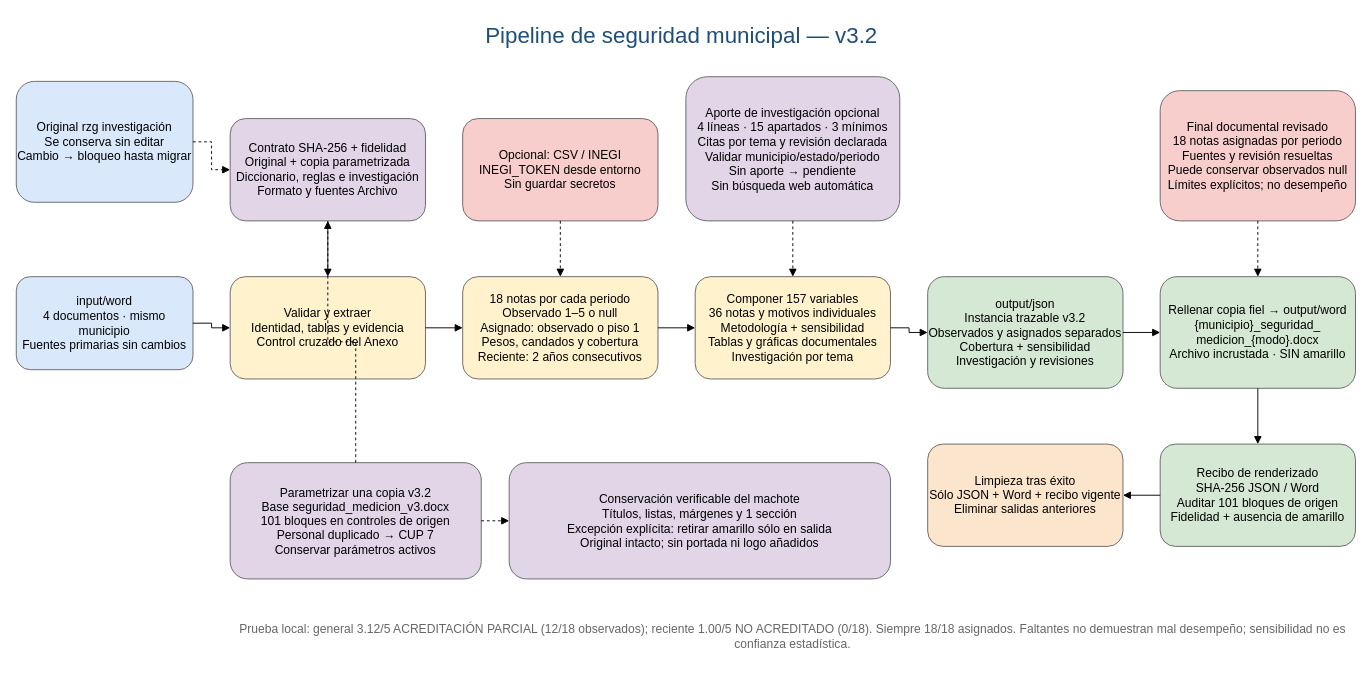
Earlier version of the draw.io diagram flujo_pipeline.drawio (lehcimhdz/pipeline-seguridad-municipios). Source tidied: cells renumbered, new cells numbered last; positions are measured from the earlier drawing's top-left corner, leaving out a move shared by most shapes. Both pictures are drawn from the tidied source at 93%, with x=0, y=0 at pixel (16, 16).
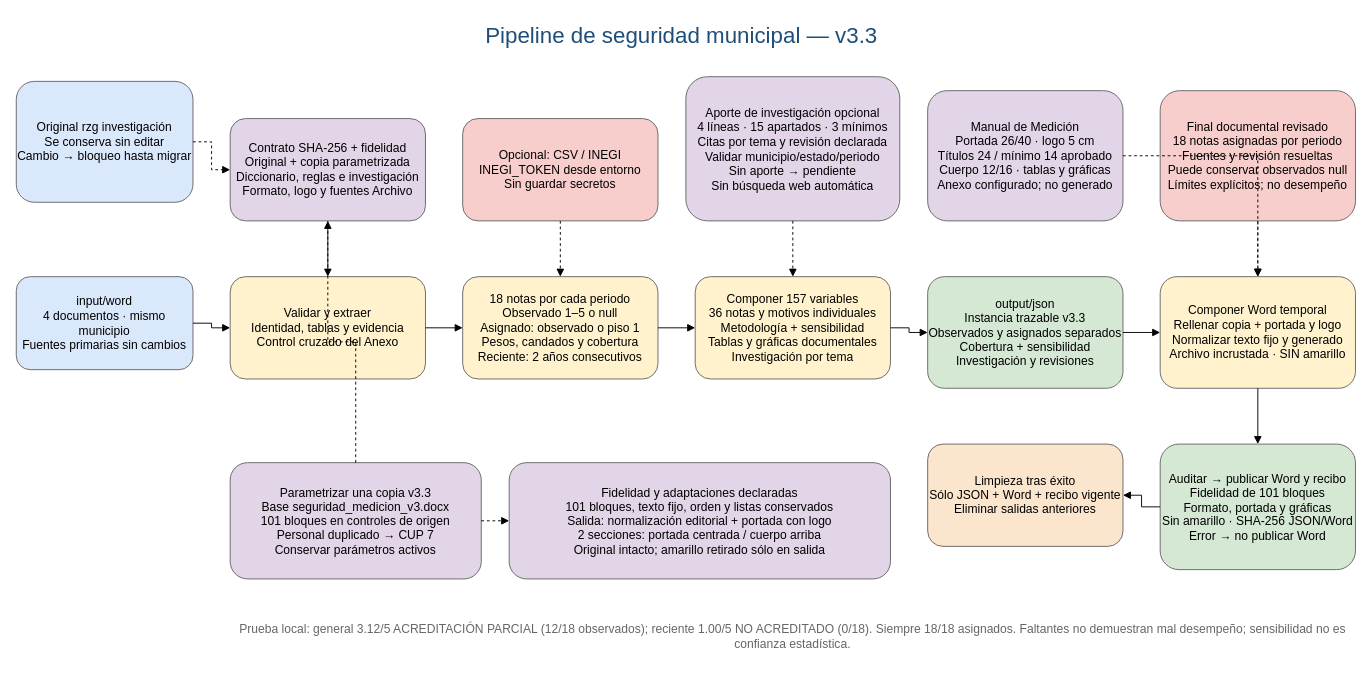
Above is the later version.

What changed in the source:
```diff
@@
-    <mxCell id="2" value="Pipeline de seguridad municipal — v3.2" style="text;html=1;fontSize=24;align=center;fontColor=#1f4e78;" parent="1" vertex="1">
+    <mxCell id="2" value="Pipeline de seguridad municipal — v3.3" style="text;html=1;fontSize=24;align=center;fontColor=#1f4e78;" parent="1" vertex="1">
       <mxGeometry x="390" width="650" height="40" as="geometry" />
     </mxCell>
@@
-    <mxCell id="4" value="Contrato SHA-256 + fidelidad&#10;Original + copia parametrizada&#10;Diccionario, reglas e investigación&#10;Formato y fuentes Archivo" style="rounded=1;whiteSpace=wrap;html=1;fillColor=#e1d5e7;strokeColor=#666666;fontSize=13;" parent="1" vertex="1">
+    <mxCell id="4" value="Contrato SHA-256 + fidelidad&#10;Original + copia parametrizada&#10;Diccionario, reglas e investigación&#10;Formato, logo y fuentes Archivo" style="rounded=1;whiteSpace=wrap;html=1;fillColor=#e1d5e7;strokeColor=#666666;fontSize=13;" parent="1" vertex="1">
       <mxGeometry x="230" y="110" width="210" height="110" as="geometry" />
     </mxCell>
@@
-    <mxCell id="10" value="output/json&#10;Instancia trazable v3.2&#10;Observados y asignados separados&#10;Cobertura + sensibilidad&#10;Investigación y revisiones" style="rounded=1;whiteSpace=wrap;html=1;fillColor=#d5e8d4;strokeColor=#666666;fontSize=13;" parent="1" vertex="1">
+    <mxCell id="10" value="output/json&#10;Instancia trazable v3.3&#10;Observados y asignados separados&#10;Cobertura + sensibilidad&#10;Investigación y revisiones" style="rounded=1;whiteSpace=wrap;html=1;fillColor=#d5e8d4;strokeColor=#666666;fontSize=13;" parent="1" vertex="1">
       <mxGeometry x="980" y="280" width="210" height="120" as="geometry" />
     </mxCell>
-    <mxCell id="11" value="Rellenar copia fiel → output/word&#10;{municipio}_seguridad_&#10;medicion_{modo}.docx&#10;Archivo incrustada · SIN amarillo" style="rounded=1;whiteSpace=wrap;html=1;fillColor=#d5e8d4;strokeColor=#666666;fontSize=13;" parent="1" vertex="1">
+    <mxCell id="11" value="Componer Word temporal&#10;Rellenar copia + portada y logo&#10;Normalizar texto fijo y generado&#10;Archivo incrustada · SIN amarillo" style="rounded=1;whiteSpace=wrap;html=1;fillColor=#fff2cc;strokeColor=#666666;fontSize=13;" parent="1" vertex="1">
       <mxGeometry x="1230" y="280" width="210" height="120" as="geometry" />
     </mxCell>
+    <mxCell id="33" value="Manual de Medición&#10;Portada 26/40 · logo 5 cm&#10;Títulos 24 / mínimo 14 aprobado&#10;Cuerpo 12/16 · tablas y gráficas&#10;Anexo configurado; no generado" style="rounded=1;whiteSpace=wrap;html=1;fillColor=#e1d5e7;strokeColor=#666666;fontSize=13;" parent="1" vertex="1">
+      <mxGeometry x="980" y="80" width="210" height="140" as="geometry" />
+    </mxCell>
@@
-    <mxCell id="13" value="Recibo de renderizado&#10;SHA-256 JSON / Word&#10;Auditar 101 bloques de origen&#10;Fidelidad + ausencia de amarillo" style="rounded=1;whiteSpace=wrap;html=1;fillColor=#d5e8d4;strokeColor=#666666;fontSize=13;" parent="1" vertex="1">
-      <mxGeometry x="1230" y="460" width="210" height="110" as="geometry" />
+    <mxCell id="13" value="Auditar → publicar Word y recibo&#10;Fidelidad de 101 bloques&#10;Formato, portada y gráficas&#10;Sin amarillo · SHA-256 JSON/Word&#10;Error → no publicar Word" style="rounded=1;whiteSpace=wrap;html=1;fillColor=#d5e8d4;strokeColor=#666666;fontSize=13;" parent="1" vertex="1">
+      <mxGeometry x="1230" y="460" width="210" height="135" as="geometry" />
     </mxCell>
@@
-    <mxCell id="16" value="Parametrizar una copia v3.2&#10;Base seguridad_medicion_v3.docx&#10;101 bloques en controles de origen&#10;Personal duplicado → CUP 7&#10;Conservar parámetros activos" style="rounded=1;whiteSpace=wrap;html=1;fillColor=#e1d5e7;strokeColor=#666666;fontSize=13;" parent="1" vertex="1">
+    <mxCell id="16" value="Parametrizar una copia v3.3&#10;Base seguridad_medicion_v3.docx&#10;101 bloques en controles de origen&#10;Personal duplicado → CUP 7&#10;Conservar parámetros activos" style="rounded=1;whiteSpace=wrap;html=1;fillColor=#e1d5e7;strokeColor=#666666;fontSize=13;" parent="1" vertex="1">
       <mxGeometry x="230" y="480" width="270" height="125" as="geometry" />
     </mxCell>
-    <mxCell id="17" value="Conservación verificable del machote&#10;Títulos, listas, márgenes y 1 sección&#10;Excepción explícita: retirar amarillo sólo en salida&#10;Original intacto; sin portada ni logo añadidos" style="rounded=1;whiteSpace=wrap;html=1;fillColor=#e1d5e7;strokeColor=#666666;fontSize=13;" parent="1" vertex="1">
+    <mxCell id="17" value="Fidelidad y adaptaciones declaradas&#10;101 bloques, texto fijo, orden y listas conservados&#10;Salida: normalización editorial + portada con logo&#10;2 secciones: portada centrada / cuerpo arriba&#10;Original intacto; amarillo retirado sólo en salida" style="rounded=1;whiteSpace=wrap;html=1;fillColor=#e1d5e7;strokeColor=#666666;fontSize=13;" parent="1" vertex="1">
       <mxGeometry x="530" y="480" width="410" height="125" as="geometry" />
     </mxCell>
@@
+    <mxCell id="34" style="edgeStyle=orthogonalEdgeStyle;endArrow=block;html=1;rounded=0;dashed=1;" parent="1" edge="1" source="33" target="11">
+      <mxGeometry relative="1" as="geometry" />
+    </mxCell>
```
